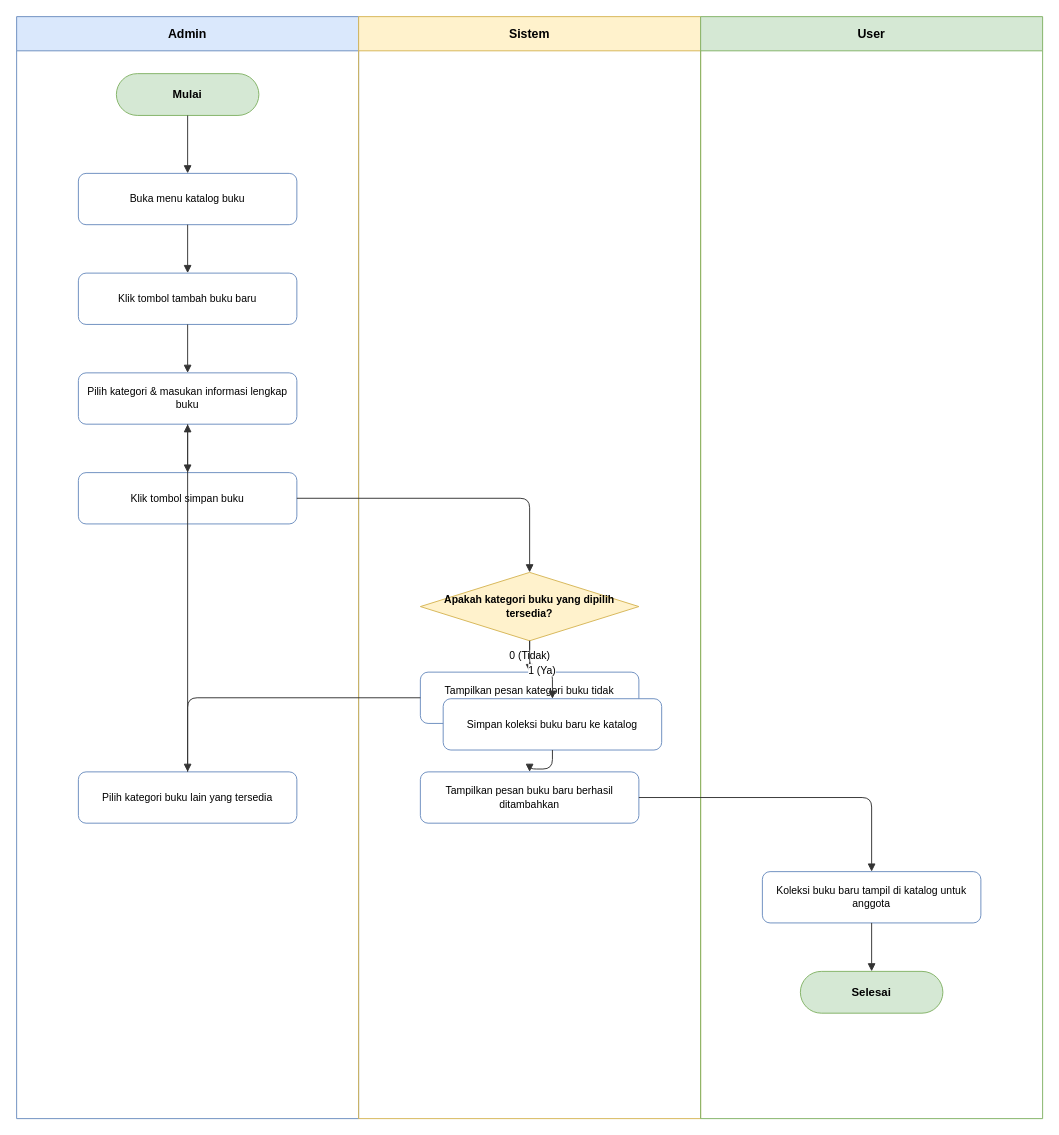
dimstyle/ruang-baca keeps this draw.io diagram as page "activity-createbook" (3 of 25) of docs/diagrams/activity.drawio. Above is the earlier version. Source tidied: cells renumbered, new cells numbered last; positions are measured from the earlier drawing's top-left corner, leaving out a move shared by most shapes. Both pictures are drawn from the tidied source at 95%, with x=0, y=0 at pixel (16, 16).
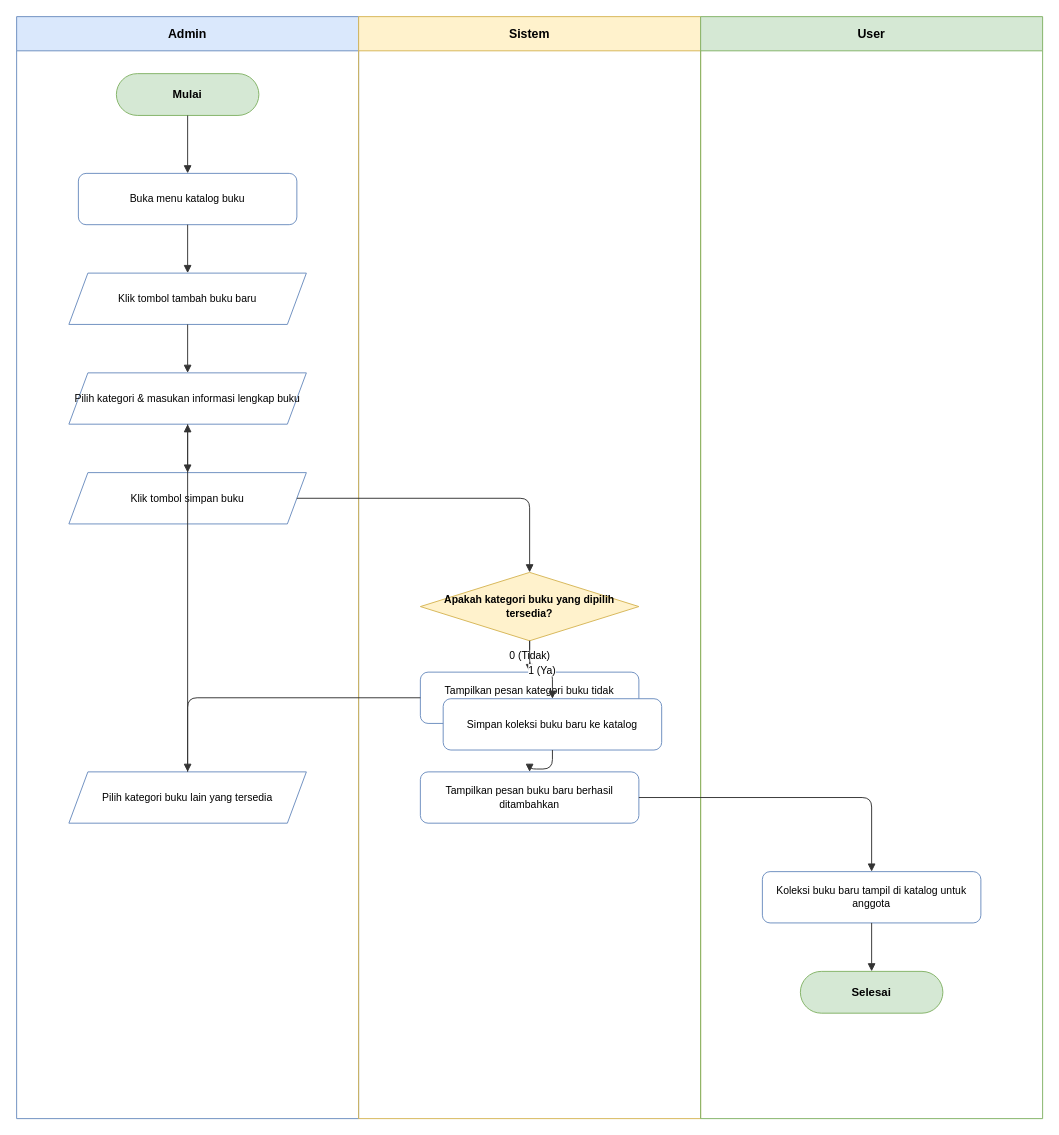
The same diagram, later.

Unchanged cells that the change refers to:
```xml
<mxCell id="2" value="Admin" style="swimlane;whiteSpace=wrap;html=1;startSize=36;fillColor=#dae8fc;strokeColor=#6c8ebf;fontStyle=1;fontSize=13;" parent="1" vertex="1">
  <mxGeometry width="360" height="1160" as="geometry" />
</mxCell>
```

The edit, as a diff of the source:
```diff
@@
-    <mxCell id="7" value="Klik tombol tambah buku baru" style="rounded=1;whiteSpace=wrap;html=1;fillColor=#ffffff;strokeColor=#6c8ebf;fontSize=11;" parent="2" vertex="1">
-      <mxGeometry x="65" y="270" width="230" height="54" as="geometry" />
+    <mxCell id="7" value="Klik tombol tambah buku baru" style="shape=parallelogram;perimeter=parallelogramPerimeter;whiteSpace=wrap;html=1;fixedSize=1;fillColor=#ffffff;strokeColor=#6c8ebf;fontSize=11;" parent="2" vertex="1">
+      <mxGeometry x="55" y="270" width="250" height="54" as="geometry" />
     </mxCell>
-    <mxCell id="8" value="Pilih kategori &amp; masukan informasi lengkap buku" style="rounded=1;whiteSpace=wrap;html=1;fillColor=#ffffff;strokeColor=#6c8ebf;fontSize=11;" parent="2" vertex="1">
-      <mxGeometry x="65" y="375" width="230" height="54" as="geometry" />
+    <mxCell id="8" value="Pilih kategori &amp; masukan informasi lengkap buku" style="shape=parallelogram;perimeter=parallelogramPerimeter;whiteSpace=wrap;html=1;fixedSize=1;fillColor=#ffffff;strokeColor=#6c8ebf;fontSize=11;" parent="2" vertex="1">
+      <mxGeometry x="55" y="375" width="250" height="54" as="geometry" />
     </mxCell>
-    <mxCell id="9" value="Klik tombol simpan buku" style="rounded=1;whiteSpace=wrap;html=1;fillColor=#ffffff;strokeColor=#6c8ebf;fontSize=11;" parent="2" vertex="1">
-      <mxGeometry x="65" y="480" width="230" height="54" as="geometry" />
+    <mxCell id="9" value="Klik tombol simpan buku" style="shape=parallelogram;perimeter=parallelogramPerimeter;whiteSpace=wrap;html=1;fixedSize=1;fillColor=#ffffff;strokeColor=#6c8ebf;fontSize=11;" parent="2" vertex="1">
+      <mxGeometry x="55" y="480" width="250" height="54" as="geometry" />
     </mxCell>
-    <mxCell id="10" value="Pilih kategori buku lain yang tersedia" style="rounded=1;whiteSpace=wrap;html=1;fillColor=#ffffff;strokeColor=#6c8ebf;fontSize=11;" parent="2" vertex="1">
-      <mxGeometry x="65" y="795" width="230" height="54" as="geometry" />
+    <mxCell id="10" value="Pilih kategori buku lain yang tersedia" style="shape=parallelogram;perimeter=parallelogramPerimeter;whiteSpace=wrap;html=1;fixedSize=1;fillColor=#ffffff;strokeColor=#6c8ebf;fontSize=11;" parent="2" vertex="1">
+      <mxGeometry x="55" y="795" width="250" height="54" as="geometry" />
     </mxCell>
```
